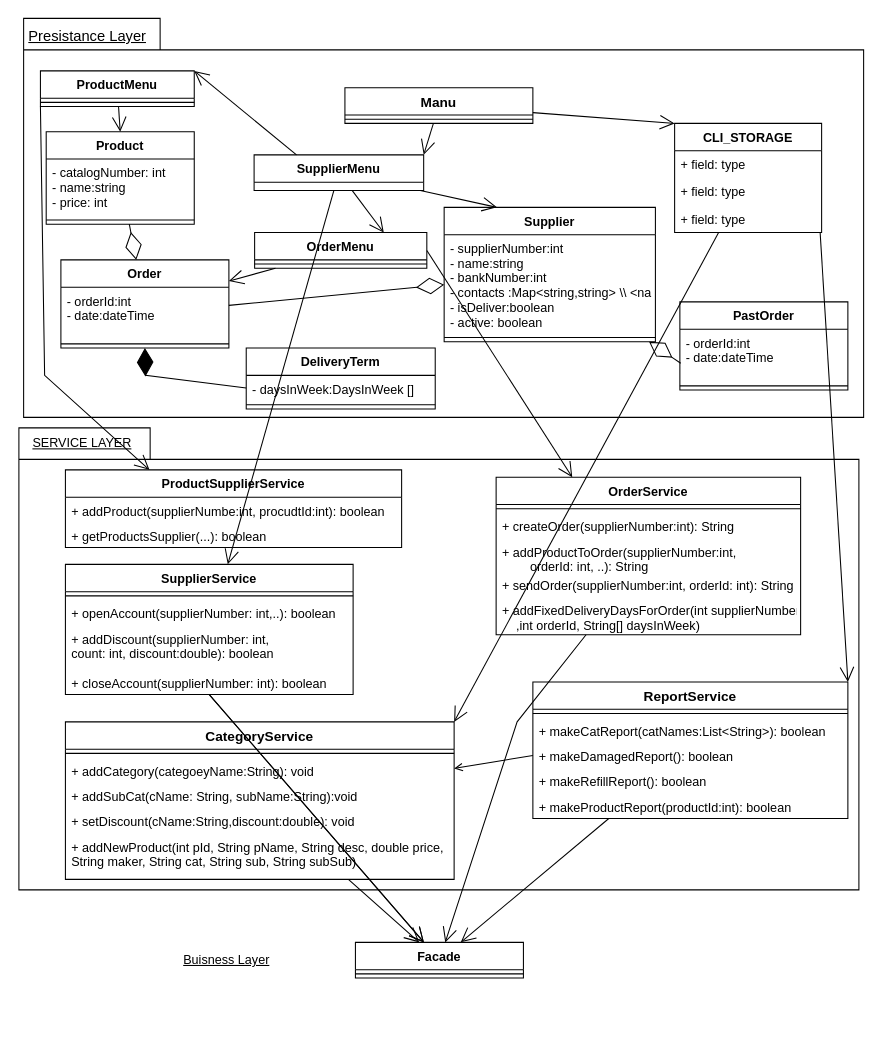
Naveavra/Market keeps this draw.io diagram as page 2 of 4 of docs/classDiagramCombined.drawio. Above is the earlier version. Source tidied: cells renumbered, new cells numbered last; positions are measured from the earlier drawing's top-left corner, leaving out a move shared by most shapes. Both pictures are drawn from the tidied source at 105%, with x=0, y=0 at pixel (19, 18).
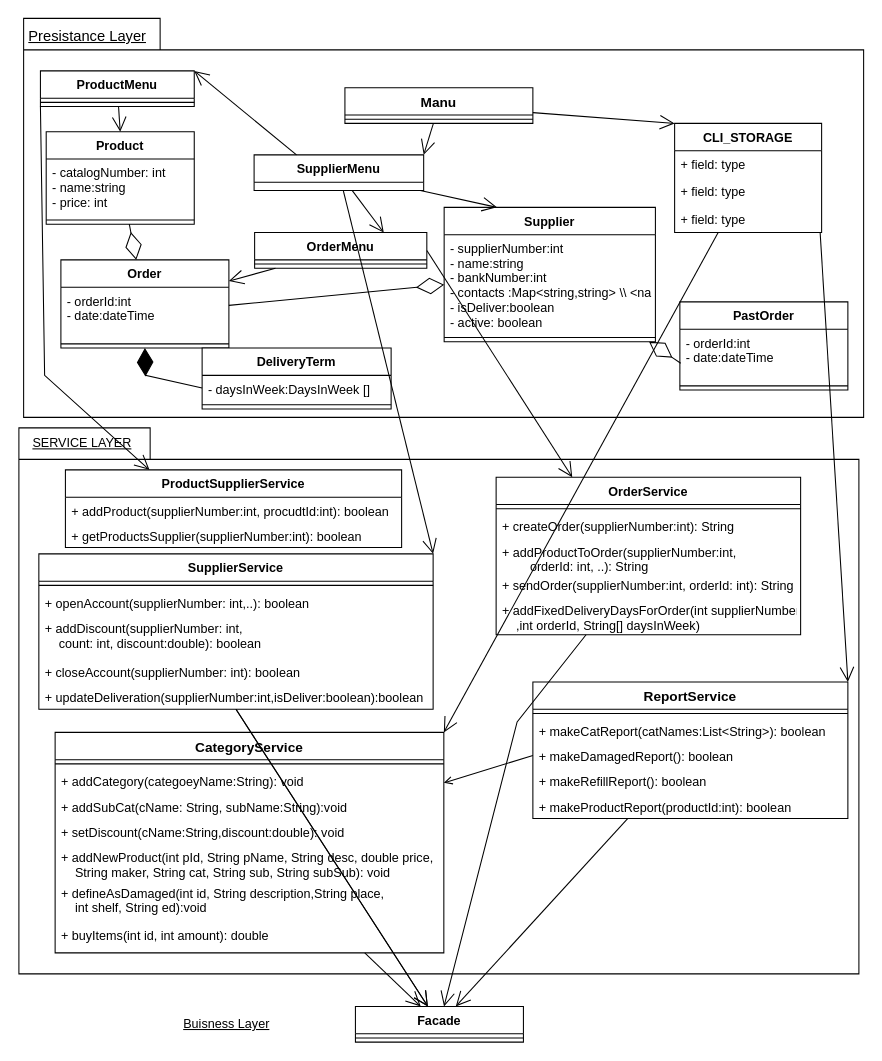
After the change.

The change refers to these unchanged cells:
```xml
<mxCell id="15" value="ProductSupplierService" style="swimlane;fontStyle=1;align=center;verticalAlign=top;horizontal=1;startSize=26;" parent="1" vertex="1">
  <mxGeometry x="43.8" y="430" width="320.2" height="74" as="geometry" />
</mxCell>
<mxCell id="33" value="SupplierMenu" style="swimlane;fontStyle=1;align=center;verticalAlign=top;horizontal=1;startSize=26;" parent="1" vertex="1">
  <mxGeometry x="223.5" y="130" width="161.5" height="34" as="geometry" />
</mxCell>
```

The edit, as a diff of the source:
```diff
@@
     <mxCell id="2" style="shape=folder;fontStyle=1;spacingTop=10;tabWidth=125;tabHeight=30;tabPosition=left;html=1;" parent="1" vertex="1">
-      <mxGeometry x="-0.5" y="390" width="800" height="440" as="geometry" />
+      <mxGeometry x="-0.5" y="390" width="800" height="520" as="geometry" />
     </mxCell>
@@
     <mxCell id="9" value="CategoryService" style="swimlane;fontStyle=1;align=center;verticalAlign=top;horizontal=1;startSize=26;fontSize=13;" parent="1" vertex="1">
-      <mxGeometry x="43.8" y="670" width="370.2" height="150" as="geometry" />
+      <mxGeometry x="34" y="680" width="370.2" height="210" as="geometry" />
     </mxCell>
@@
-    <mxCell id="14" value="+ addNewProduct(int pId, String pName, String desc, double price,&#10;                          String maker, String cat, String sub, String subSub)" style="text;strokeColor=none;fillColor=none;align=left;verticalAlign=top;spacingLeft=4;spacingRight=4;overflow=hidden;fontFamily=Helvetica;" parent="9" vertex="1">
-      <mxGeometry y="106" width="370.2" height="44" as="geometry" />
+    <mxCell id="14" value="+ addNewProduct(int pId, String pName, String desc, double price,&#10;                              String maker, String cat, String sub, String subSub): void" style="text;strokeColor=none;fillColor=none;align=left;verticalAlign=top;spacingLeft=4;spacingRight=4;overflow=hidden;fontFamily=Helvetica;" parent="9" vertex="1">
+      <mxGeometry y="106" width="370.2" height="34" as="geometry" />
     </mxCell>
+    <mxCell id="83" value="+ defineAsDamaged(int id, String description,String place, &#10;    int shelf, String ed):void" style="text;strokeColor=none;fillColor=none;align=left;verticalAlign=top;spacingLeft=4;spacingRight=4;overflow=hidden;fontFamily=Helvetica;" parent="9" vertex="1">
+      <mxGeometry y="140" width="370.2" height="40" as="geometry" />
+    </mxCell>
+    <mxCell id="84" value="+ buyItems(int id, int amount): double" style="text;strokeColor=none;fillColor=none;align=left;verticalAlign=top;spacingLeft=4;spacingRight=4;overflow=hidden;fontFamily=Helvetica;" parent="9" vertex="1">
+      <mxGeometry y="180" width="370.2" height="30" as="geometry" />
+    </mxCell>
@@
-    <mxCell id="16" value="+ addProduct(supplierNumbe:int, procudtId:int): boolean" style="text;strokeColor=none;fillColor=none;align=left;verticalAlign=top;spacingLeft=4;spacingRight=4;overflow=hidden;" parent="15" vertex="1">
+    <mxCell id="16" value="+ addProduct(supplierNumber:int, procudtId:int): boolean" style="text;strokeColor=none;fillColor=none;align=left;verticalAlign=top;spacingLeft=4;spacingRight=4;overflow=hidden;" parent="15" vertex="1">
       <mxGeometry y="26" width="320.2" height="24" as="geometry" />
     </mxCell>
-    <mxCell id="17" value="+ getProductsSupplier(...): boolean" style="text;strokeColor=none;fillColor=none;align=left;verticalAlign=top;spacingLeft=4;spacingRight=4;overflow=hidden;" parent="15" vertex="1">
+    <mxCell id="17" value="+ getProductsSupplier(supplierNumber:int): boolean" style="text;strokeColor=none;fillColor=none;align=left;verticalAlign=top;spacingLeft=4;spacingRight=4;overflow=hidden;" parent="15" vertex="1">
       <mxGeometry y="50" width="320.2" height="24" as="geometry" />
     </mxCell>
@@
     <mxCell id="47" value="DeliveryTerm" style="swimlane;fontStyle=1;align=center;verticalAlign=top;horizontal=1;startSize=26;" parent="1" vertex="1">
-      <mxGeometry x="216" y="314" width="180" height="58" as="geometry" />
+      <mxGeometry x="174" y="314" width="180" height="58" as="geometry" />
     </mxCell>
@@
-    <mxCell id="63" style="endArrow=open;endFill=1;endSize=12;html=1;rounded=0;" parent="1" edge="1" source="33" target="74">
+    <mxCell id="63" style="endArrow=open;endFill=1;endSize=12;html=1;rounded=0;entryX=1;entryY=0;entryDx=0;entryDy=0;" parent="1" edge="1" source="33" target="74">
       <mxGeometry relative="1" as="geometry" />
     </mxCell>
@@
     <mxCell id="66" value="&lt;u&gt;Buisness Layer&lt;/u&gt;" style="text;html=1;strokeColor=none;fillColor=none;align=center;verticalAlign=middle;whiteSpace=wrap;rounded=0;fontSize=12;" parent="1" vertex="1">
-      <mxGeometry x="154" y="882" width="87" height="30" as="geometry" />
+      <mxGeometry x="154" y="943" width="87" height="30" as="geometry" />
     </mxCell>
     <mxCell id="67" value="Facade" style="swimlane;fontStyle=1;align=center;verticalAlign=top;horizontal=1;startSize=26;fontSize=12;" parent="1" vertex="1">
-      <mxGeometry x="320" y="880" width="160" height="34" as="geometry" />
+      <mxGeometry x="320" y="941" width="160" height="34" as="geometry" />
     </mxCell>
@@
     <mxCell id="74" value="SupplierService" style="swimlane;fontStyle=1;align=center;verticalAlign=top;horizontal=1;startSize=26;" parent="1" vertex="1">
-      <mxGeometry x="43.8" y="520" width="274" height="124" as="geometry" />
+      <mxGeometry x="18.5" y="510" width="375.5" height="148" as="geometry" />
     </mxCell>
     <mxCell id="75" style="line;strokeWidth=1;fillColor=none;align=left;verticalAlign=middle;spacingTop=-1;spacingLeft=3;spacingRight=3;labelPosition=right;" parent="74" vertex="1">
-      <mxGeometry y="26" width="274" height="8" as="geometry" />
+      <mxGeometry y="26" width="375.5" height="8" as="geometry" />
     </mxCell>
     <mxCell id="76" value="+ openAccount(supplierNumber: int,..): boolean" style="text;strokeColor=none;fillColor=none;align=left;verticalAlign=top;spacingLeft=4;spacingRight=4;overflow=hidden;" parent="74" vertex="1">
-      <mxGeometry y="34" width="274" height="24" as="geometry" />
+      <mxGeometry y="34" width="375.5" height="24" as="geometry" />
     </mxCell>
-    <mxCell id="77" value="+ addDiscount(supplierNumber: int,&#10;count: int, discount:double): boolean" style="text;strokeColor=none;fillColor=none;align=left;verticalAlign=top;spacingLeft=4;spacingRight=4;overflow=hidden;" parent="74" vertex="1">
-      <mxGeometry y="58" width="274" height="42" as="geometry" />
+    <mxCell id="77" value="+ addDiscount(supplierNumber: int,&#10;    count: int, discount:double): boolean" style="text;strokeColor=none;fillColor=none;align=left;verticalAlign=top;spacingLeft=4;spacingRight=4;overflow=hidden;" parent="74" vertex="1">
+      <mxGeometry y="58" width="375.5" height="42" as="geometry" />
     </mxCell>
     <mxCell id="78" value="+ closeAccount(supplierNumber: int): boolean" style="text;strokeColor=none;fillColor=none;align=left;verticalAlign=top;spacingLeft=4;spacingRight=4;overflow=hidden;" parent="74" vertex="1">
-      <mxGeometry y="100" width="274" height="24" as="geometry" />
+      <mxGeometry y="100" width="375.5" height="24" as="geometry" />
     </mxCell>
+    <mxCell id="85" value="+ updateDeliveration(supplierNumber:int,isDeliver:boolean):boolean" style="text;strokeColor=none;fillColor=none;align=left;verticalAlign=top;spacingLeft=4;spacingRight=4;overflow=hidden;" parent="74" vertex="1">
+      <mxGeometry y="124" width="375.5" height="24" as="geometry" />
+    </mxCell>
```
